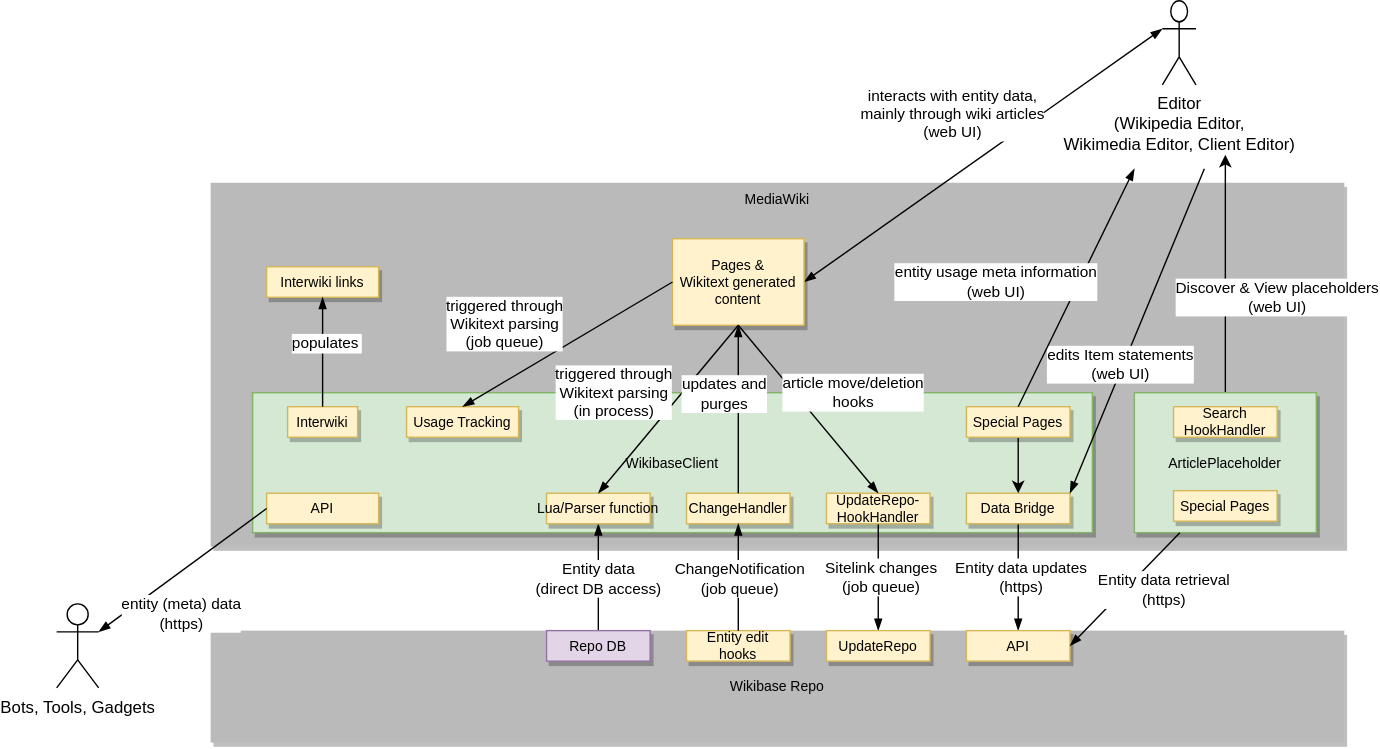
The draw.io diagram systems/Client/diagrams/03-technical-context.drawio.svg in wmde/wikidata-wikibase-architecture, before a commit. Source tidied: cells renumbered, new cells last; positions are measured from the earlier drawing's top-left corner, leaving out a move shared by most shapes.
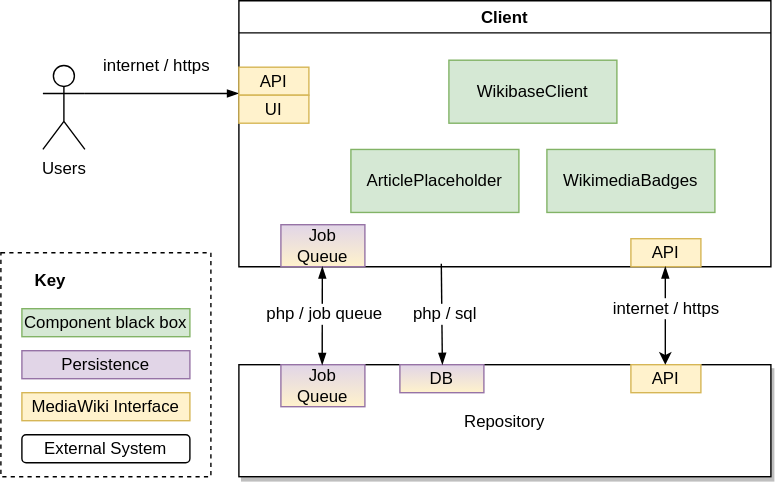
After the change.

Commit message:
Give technical context a good second bash

The edit, as a diff of the source:
```diff
@@ -2,198 +2,106 @@
   <root>
     <mxCell id="0" />
     <mxCell id="1" parent="0" />
-    <mxCell id="2" value="MediaWiki" style="rounded=0;shadow=1;fontSize=10;fontColor=#000000;strokeColor=none;direction=west;fillColor=#BABABA;verticalAlign=top;" parent="1" vertex="1">
-      <mxGeometry x="110" y="130" width="810" height="260" as="geometry" />
-    </mxCell>
-    <mxCell id="3" value="Wikibase Repo" style="rounded=0;shadow=1;fontSize=10;fontColor=#000000;strokeColor=none;direction=west;fillColor=#BABABA;" parent="1" vertex="1">
-      <mxGeometry x="110" y="450" width="810" height="80" as="geometry" />
-    </mxCell>
+    <mxCell id="55" value="Users" style="shape=umlActor;verticalLabelPosition=bottom;verticalAlign=top;html=1;outlineConnect=0;" parent="1" vertex="1">
+      <mxGeometry x="-540" y="226.2" width="30" height="60" as="geometry" />
+    </mxCell>
-    <mxCell id="4" style="endArrow=blockThin;strokeColor=#000000;fontSize=10;fontColor=#000000;strokeWidth=1;endFill=1;entryX=0;entryY=0.5;entryDx=0;entryDy=0;exitX=0;exitY=0.3333333333333333;exitDx=0;exitDy=0;exitPerimeter=0;startArrow=blockThin;startFill=1;" parent="1" edge="1" source="30" target="23">
-      <mxGeometry relative="1" as="geometry" />
+    <mxCell id="4" style="endArrow=blockThin;strokeColor=#000000;fontSize=10;fontColor=#000000;strokeWidth=1;endFill=1;entryX=1;entryY=0.5;entryDx=0;entryDy=0;exitX=1;exitY=0.3333333333333333;exitDx=0;exitDy=0;exitPerimeter=0;" parent="1" edge="1" source="55">
+      <mxGeometry relative="1" as="geometry">
+        <mxPoint x="-400" y="246.2" as="targetPoint" />
+      </mxGeometry>
     </mxCell>
-    <mxCell id="5" value="interacts with&amp;nbsp;entity data,&lt;br&gt;mainly through wiki articles&lt;br&gt;(web UI)" style="edgeLabel;html=1;align=center;verticalAlign=middle;" parent="4" vertex="1">
+    <mxCell id="5" value="internet / https" style="edgeLabel;html=1;align=center;verticalAlign=middle;fontSize=12;" parent="4" vertex="1">
       <mxGeometry x="0.24" y="-1" relative="1" as="geometry">
-        <mxPoint x="9" y="-51" as="offset" />
+        <mxPoint x="-17.5" y="-21" as="offset" />
       </mxGeometry>
     </mxCell>
-    <mxCell id="6" value="WikibaseClient" style="rounded=0;shadow=1;fontSize=10;strokeColor=#82b366;direction=west;fillColor=#d5e8d4;" parent="1" vertex="1">
-      <mxGeometry x="140" y="280" width="600" height="100" as="geometry" />
-    </mxCell>
-    <mxCell id="7" style="rounded=0;jettySize=auto;html=1;endArrow=blockThin;endFill=1;exitX=0.5;exitY=0;exitDx=0;exitDy=0;" parent="1" edge="1" source="17" target="18">
-      <mxGeometry relative="1" as="geometry" />
-    </mxCell>
-    <mxCell id="8" value="Sitelink changes&lt;br&gt;(job queue)" style="edgeLabel;html=1;align=center;verticalAlign=middle;" parent="7" vertex="1">
-      <mxGeometry x="0.2" relative="1" as="geometry">
-        <mxPoint x="1.2" y="-8" as="offset" />
-      </mxGeometry>
-    </mxCell>
-    <mxCell id="9" style="rounded=0;jettySize=auto;html=1;entryX=0.5;entryY=0.542;entryDx=0;entryDy=0;endArrow=none;endFill=0;startArrow=blockThin;startFill=1;strokeWidth=1;entryPerimeter=0;exitX=0.5;exitY=0;exitDx=0;exitDy=0;" parent="1" edge="1" source="15" target="16">
-      <mxGeometry relative="1" as="geometry" />
-    </mxCell>
-    <mxCell id="10" value="Entity data&lt;br&gt;(direct DB access)" style="edgeLabel;html=1;align=center;verticalAlign=middle;" parent="9" vertex="1">
-      <mxGeometry x="0.14" y="-1" relative="1" as="geometry">
-        <mxPoint x="1" y="-9.8" as="offset" />
-      </mxGeometry>
-    </mxCell>
-    <mxCell id="11" style="rounded=0;jettySize=auto;html=1;endArrow=blockThin;endFill=1;entryX=0.5;entryY=1;entryDx=0;entryDy=0;exitX=0.5;exitY=0;exitDx=0;exitDy=0;" parent="1" edge="1" source="13" target="14">
-      <mxGeometry relative="1" as="geometry" />
-    </mxCell>
-    <mxCell id="12" value="Entity data updates&lt;br&gt;(https)" style="edgeLabel;html=1;align=center;verticalAlign=middle;" parent="11" vertex="1">
-      <mxGeometry x="0.2" relative="1" as="geometry">
-        <mxPoint x="1.2" y="-8" as="offset" />
-      </mxGeometry>
-    </mxCell>
-    <mxCell id="13" value="Data Bridge" style="rounded=0;shadow=1;fontSize=10;strokeColor=#d6b656;direction=west;fillColor=#fff2cc;" parent="1" vertex="1">
-      <mxGeometry x="650" y="351.8" width="74" height="21.8" as="geometry" />
-    </mxCell>
-    <mxCell id="14" value="API" style="rounded=0;shadow=1;fontSize=10;strokeColor=#d6b656;direction=west;fillColor=#fff2cc;" parent="1" vertex="1">
-      <mxGeometry x="650" y="450" width="74" height="21.8" as="geometry" />
-    </mxCell>
-    <mxCell id="15" value="Lua/Parser function" style="rounded=0;shadow=1;fontSize=10;strokeColor=#d6b656;direction=west;fillColor=#fff2cc;" parent="1" vertex="1">
-      <mxGeometry x="350" y="351.8" width="74" height="21.8" as="geometry" />
-    </mxCell>
-    <mxCell id="16" value="Repo DB" style="rounded=0;shadow=1;fontSize=10;strokeColor=#9673a6;direction=west;fillColor=#e1d5e7;" parent="1" vertex="1">
-      <mxGeometry x="350" y="450" width="74" height="21.8" as="geometry" />
-    </mxCell>
-    <mxCell id="17" value="UpdateRepo-&#10;HookHandler" style="rounded=0;shadow=1;fontSize=10;strokeColor=#d6b656;direction=west;fillColor=#fff2cc;" parent="1" vertex="1">
-      <mxGeometry x="550" y="351.8" width="74" height="21.8" as="geometry" />
-    </mxCell>
-    <mxCell id="18" value="UpdateRepo" style="rounded=0;shadow=1;fontSize=10;strokeColor=#d6b656;direction=west;fillColor=#fff2cc;" parent="1" vertex="1">
-      <mxGeometry x="550" y="450" width="74" height="21.8" as="geometry" />
-    </mxCell>
-    <mxCell id="19" value="ChangeHandler" style="rounded=0;shadow=1;fontSize=10;strokeColor=#d6b656;direction=west;fillColor=#fff2cc;" parent="1" vertex="1">
-      <mxGeometry x="450" y="351.8" width="74" height="21.8" as="geometry" />
-    </mxCell>
-    <mxCell id="20" value="Entity edit&#10;hooks" style="rounded=0;shadow=1;fontSize=10;strokeColor=#d6b656;direction=west;fillColor=#fff2cc;" parent="1" vertex="1">
-      <mxGeometry x="450" y="450" width="74" height="21.8" as="geometry" />
+    <mxCell id="20" value="Client" style="swimlane;" parent="1" vertex="1">
+      <mxGeometry x="-400" y="180" width="380" height="190" as="geometry" />
     </mxCell>
-    <mxCell id="21" style="rounded=0;jettySize=auto;html=1;endArrow=blockThin;endFill=1;entryX=0.5;entryY=0;entryDx=0;entryDy=0;exitX=0.5;exitY=1;exitDx=0;exitDy=0;" parent="1" edge="1" source="20" target="19">
-      <mxGeometry relative="1" as="geometry" />
-    </mxCell>
-    <mxCell id="22" value="ChangeNotification&lt;br&gt;(job queue)" style="edgeLabel;html=1;align=center;verticalAlign=middle;" parent="21" vertex="1">
-      <mxGeometry x="0.2" relative="1" as="geometry">
-        <mxPoint x="0.1" y="8" as="offset" />
-      </mxGeometry>
-    </mxCell>
-    <mxCell id="23" value="Pages &amp; &#10;Wikitext generated&#10;content" style="rounded=0;shadow=1;fontSize=10;strokeColor=#d6b656;direction=west;fillColor=#fff2cc;" parent="1" vertex="1">
-      <mxGeometry x="440" y="170" width="94" height="61.8" as="geometry" />
-    </mxCell>
-    <mxCell id="24" style="rounded=0;jettySize=auto;html=1;endArrow=blockThin;endFill=1;exitX=0.5;exitY=0;exitDx=0;exitDy=0;entryX=0.5;entryY=1;entryDx=0;entryDy=0;" parent="1" edge="1" source="23" target="15">
-      <mxGeometry relative="1" as="geometry" />
-    </mxCell>
-    <mxCell id="25" value="triggered through&lt;br&gt;Wikitext parsing&lt;br&gt;(in process)" style="edgeLabel;html=1;align=center;verticalAlign=middle;" parent="24" vertex="1">
-      <mxGeometry x="0.2" relative="1" as="geometry">
-        <mxPoint x="-30" y="-23.8" as="offset" />
-      </mxGeometry>
-    </mxCell>
-    <mxCell id="26" style="rounded=0;jettySize=auto;html=1;endArrow=blockThin;endFill=1;entryX=0.5;entryY=0;entryDx=0;entryDy=0;exitX=0.5;exitY=1;exitDx=0;exitDy=0;" parent="1" edge="1" source="19" target="23">
-      <mxGeometry relative="1" as="geometry" />
-    </mxCell>
-    <mxCell id="27" value="updates and&lt;br&gt;purges" style="edgeLabel;html=1;align=center;verticalAlign=middle;" parent="26" vertex="1">
-      <mxGeometry x="0.2" relative="1" as="geometry">
-        <mxPoint x="-10" y="0.2" as="offset" />
-      </mxGeometry>
-    </mxCell>
-    <mxCell id="28" style="rounded=0;jettySize=auto;html=1;endArrow=blockThin;endFill=1;exitX=0.5;exitY=0;exitDx=0;exitDy=0;entryX=0.5;entryY=1;entryDx=0;entryDy=0;" parent="1" edge="1" source="23" target="17">
-      <mxGeometry relative="1" as="geometry" />
-    </mxCell>
-    <mxCell id="29" value="article move/deletion&lt;br&gt;hooks" style="edgeLabel;html=1;align=center;verticalAlign=middle;" parent="28" vertex="1">
-      <mxGeometry x="0.2" relative="1" as="geometry">
-        <mxPoint x="21.9" y="-24.1" as="offset" />
-      </mxGeometry>
-    </mxCell>
-    <mxCell id="30" value="Editor&lt;br&gt;(Wikipedia Editor,&lt;br&gt;Wikimedia Editor, Client Editor)" style="shape=umlActor;verticalLabelPosition=bottom;verticalAlign=top;html=1;outlineConnect=0;" parent="1" vertex="1">
-      <mxGeometry x="790" width="24" height="60" as="geometry" />
-    </mxCell>
-    <mxCell id="31" style="endArrow=blockThin;strokeColor=#000000;fontSize=10;fontColor=#000000;strokeWidth=1;endFill=1;entryX=0;entryY=1;entryDx=0;entryDy=0;" parent="1" edge="1" target="13">
-      <mxGeometry relative="1" as="geometry">
-        <mxPoint x="820" y="120" as="sourcePoint" />
-      </mxGeometry>
-    </mxCell>
-    <mxCell id="32" value="edits Item statements&lt;br&gt;(web UI)" style="edgeLabel;html=1;align=center;verticalAlign=middle;" parent="31" vertex="1">
-      <mxGeometry x="0.24" y="-1" relative="1" as="geometry">
-        <mxPoint y="-3" as="offset" />
-      </mxGeometry>
+    <mxCell id="32" value="API" style="rounded=0;whiteSpace=wrap;html=1;fillColor=#fff2cc;strokeColor=#d6b656;" parent="20" vertex="1">
+      <mxGeometry y="47.5" width="50" height="20" as="geometry" />
     </mxCell>
-    <mxCell id="33" style="edgeStyle=orthogonalEdgeStyle;rounded=0;jettySize=auto;html=1;" parent="1" edge="1" source="34" target="13">
-      <mxGeometry relative="1" as="geometry" />
-    </mxCell>
+    <mxCell id="56" value="UI" style="rounded=0;whiteSpace=wrap;html=1;fillColor=#fff2cc;strokeColor=#d6b656;" parent="20" vertex="1">
+      <mxGeometry y="67.5" width="50" height="20" as="geometry" />
+    </mxCell>
+    <mxCell id="57" value="Job Queue" style="rounded=0;whiteSpace=wrap;html=1;strokeColor=#9673a6;fillColor=#e1d5e7;gradientColor=#FFF2CC;" parent="20" vertex="1">
+      <mxGeometry x="30" y="160" width="60" height="30" as="geometry" />
+    </mxCell>
+    <mxCell id="49" value="API" style="rounded=0;whiteSpace=wrap;html=1;fillColor=#fff2cc;strokeColor=#d6b656;" parent="20" vertex="1">
+      <mxGeometry x="280" y="170" width="50" height="20" as="geometry" />
+    </mxCell>
+    <mxCell id="54" value="WikibaseClient" style="rounded=0;whiteSpace=wrap;html=1;fillColor=#d5e8d4;strokeColor=#82b366;" parent="20" vertex="1">
+      <mxGeometry x="150" y="42.5" width="120" height="45" as="geometry" />
+    </mxCell>
+    <mxCell id="58" value="ArticlePlaceholder" style="rounded=0;whiteSpace=wrap;html=1;fillColor=#d5e8d4;strokeColor=#82b366;" parent="20" vertex="1">
+      <mxGeometry x="80" y="106.2" width="120" height="45" as="geometry" />
+    </mxCell>
+    <mxCell id="59" value="WikimediaBadges" style="rounded=0;whiteSpace=wrap;html=1;fillColor=#d5e8d4;strokeColor=#82b366;" parent="20" vertex="1">
+      <mxGeometry x="220" y="106.2" width="120" height="45" as="geometry" />
+    </mxCell>
-    <mxCell id="34" value="Special Pages" style="rounded=0;shadow=1;fontSize=10;strokeColor=#d6b656;direction=west;fillColor=#fff2cc;" parent="1" vertex="1">
-      <mxGeometry x="650" y="290" width="74" height="21.8" as="geometry" />
+    <mxCell id="34" style="rounded=0;whiteSpace=wrap;html=1;fillColor=none;dashed=1;" parent="1" vertex="1">
+      <mxGeometry x="-570" y="360" width="150" height="160" as="geometry" />
     </mxCell>
-    <mxCell id="35" style="endArrow=blockThin;strokeColor=#000000;fontSize=10;fontColor=#000000;strokeWidth=1;endFill=1;exitX=0.5;exitY=1;exitDx=0;exitDy=0;" parent="1" edge="1" source="34">
-      <mxGeometry relative="1" as="geometry">
-        <mxPoint x="770" y="120" as="targetPoint" />
-      </mxGeometry>
+    <mxCell id="35" value="&lt;b&gt;Key&lt;/b&gt;" style="text;html=1;align=center;verticalAlign=middle;strokeColor=none;" parent="1" vertex="1">
+      <mxGeometry x="-555" y="370" width="40" height="20" as="geometry" />
     </mxCell>
-    <mxCell id="36" value="entity usage meta information&lt;br&gt;(web UI)" style="edgeLabel;html=1;align=center;verticalAlign=middle;" parent="35" vertex="1">
-      <mxGeometry x="0.24" y="-1" relative="1" as="geometry">
-        <mxPoint x="-69" y="16" as="offset" />
-      </mxGeometry>
+    <mxCell id="36" value="Component black box" style="rounded=0;whiteSpace=wrap;html=1;align=center;fillColor=#d5e8d4;strokeColor=#82b366;" parent="1" vertex="1">
+      <mxGeometry x="-555" y="400" width="120" height="20" as="geometry" />
     </mxCell>
-    <mxCell id="37" value="API" style="rounded=0;shadow=1;fontSize=10;strokeColor=#d6b656;direction=west;fillColor=#fff2cc;" parent="1" vertex="1">
-      <mxGeometry x="150" y="351.8" width="80" height="21.8" as="geometry" />
+    <mxCell id="37" value="External System" style="rounded=1;whiteSpace=wrap;html=1;align=center;" parent="1" vertex="1">
+      <mxGeometry x="-555" y="490" width="120" height="20" as="geometry" />
     </mxCell>
-    <mxCell id="38" value="Bots, Tools, Gadgets" style="shape=umlActor;verticalLabelPosition=bottom;verticalAlign=top;html=1;outlineConnect=0;" parent="1" vertex="1">
-      <mxGeometry y="430.9" width="30" height="60" as="geometry" />
-    </mxCell>
-    <mxCell id="39" style="endArrow=blockThin;strokeColor=#000000;fontSize=10;fontColor=#000000;strokeWidth=1;endFill=1;entryX=1;entryY=0.3333333333333333;entryDx=0;entryDy=0;exitX=1;exitY=0.5;exitDx=0;exitDy=0;entryPerimeter=0;" parent="1" edge="1" source="37" target="38">
-      <mxGeometry relative="1" as="geometry" />
-    </mxCell>
+    <mxCell id="60" value="MediaWiki Interface" style="rounded=0;whiteSpace=wrap;html=1;align=center;fillColor=#fff2cc;strokeColor=#d6b656;" parent="1" vertex="1">
+      <mxGeometry x="-555" y="460" width="120" height="20" as="geometry" />
+    </mxCell>
-    <mxCell id="40" value="entity (meta) data&lt;br&gt;(https)" style="edgeLabel;html=1;align=center;verticalAlign=middle;" parent="39" vertex="1">
-      <mxGeometry x="0.24" y="-1" relative="1" as="geometry">
-        <mxPoint x="14" y="20.6" as="offset" />
-      </mxGeometry>
+    <mxCell id="40" value="Persistence" style="rounded=0;whiteSpace=wrap;html=1;align=center;fillColor=#e1d5e7;strokeColor=#9673a6;" parent="1" vertex="1">
+      <mxGeometry x="-555" y="430" width="120" height="20" as="geometry" />
     </mxCell>
+    <mxCell id="33" value="Repository" style="rounded=0;shadow=1;fontSize=12;direction=west;" parent="1" vertex="1">
+      <mxGeometry x="-400" y="440" width="380" height="80" as="geometry" />
+    </mxCell>
+    <mxCell id="61" value="Job Queue" style="rounded=0;whiteSpace=wrap;html=1;strokeColor=#9673a6;fillColor=#e1d5e7;gradientColor=#FFF2CC;" parent="1" vertex="1">
+      <mxGeometry x="-370" y="440" width="60" height="30" as="geometry" />
+    </mxCell>
-    <mxCell id="41" value="Usage Tracking" style="rounded=0;shadow=1;fontSize=10;strokeColor=#d6b656;direction=west;fillColor=#fff2cc;" parent="1" vertex="1">
-      <mxGeometry x="250" y="290" width="80" height="21.8" as="geometry" />
+    <mxCell id="41" style="rounded=0;orthogonalLoop=1;jettySize=auto;html=1;endArrow=blockThin;endFill=1;exitX=0.491;exitY=1.044;exitDx=0;exitDy=0;exitPerimeter=0;entryX=0.874;entryY=0.983;entryDx=0;entryDy=0;entryPerimeter=0;startArrow=blockThin;startFill=1;" parent="1" edge="1">
+      <mxGeometry relative="1" as="geometry">
+        <mxPoint x="-340.4" y="370" as="sourcePoint" />
+        <mxPoint x="-340.5" y="440" as="targetPoint" />
+      </mxGeometry>
     </mxCell>
-    <mxCell id="42" style="rounded=0;jettySize=auto;html=1;endArrow=blockThin;endFill=1;exitX=1;exitY=0.5;exitDx=0;exitDy=0;entryX=0.5;entryY=1;entryDx=0;entryDy=0;" parent="1" edge="1" source="23" target="41">
-      <mxGeometry relative="1" as="geometry" />
+    <mxCell id="42" value="php / job queue" style="edgeLabel;html=1;align=center;verticalAlign=middle;fontSize=12;" parent="41" vertex="1">
+      <mxGeometry x="0.2" relative="1" as="geometry">
+        <mxPoint x="1.2" y="-8" as="offset" />
+      </mxGeometry>
     </mxCell>
-    <mxCell id="43" value="triggered through&lt;br&gt;Wikitext parsing&lt;br&gt;(job queue)" style="edgeLabel;html=1;align=center;verticalAlign=middle;" parent="42" vertex="1">
-      <mxGeometry x="0.2" relative="1" as="geometry">
-        <mxPoint x="-30" y="-23.8" as="offset" />
-      </mxGeometry>
+    <mxCell id="43" value="DB" style="rounded=0;whiteSpace=wrap;html=1;strokeColor=#9673a6;fillColor=#e1d5e7;gradientColor=#FFF2CC;" parent="1" vertex="1">
+      <mxGeometry x="-285" y="440" width="60" height="20" as="geometry" />
     </mxCell>
-    <mxCell id="44" value="Interwiki" style="rounded=0;shadow=1;fontSize=10;strokeColor=#d6b656;direction=west;fillColor=#fff2cc;" parent="1" vertex="1">
-      <mxGeometry x="165" y="290" width="50" height="21.8" as="geometry" />
-    </mxCell>
-    <mxCell id="45" value="Interwiki links" style="rounded=0;shadow=1;fontSize=10;strokeColor=#d6b656;direction=west;fillColor=#fff2cc;" parent="1" vertex="1">
-      <mxGeometry x="150" y="190" width="80" height="21.8" as="geometry" />
-    </mxCell>
-    <mxCell id="46" style="rounded=0;jettySize=auto;endArrow=blockThin;endFill=1;entryX=0.5;entryY=0;entryDx=0;entryDy=0;exitX=0.5;exitY=1;exitDx=0;exitDy=0;" parent="1" edge="1" source="44" target="45">
-      <mxGeometry relative="1" as="geometry" />
+    <mxCell id="46" style="rounded=0;orthogonalLoop=1;jettySize=auto;html=1;endArrow=blockThin;endFill=1;exitX=0.491;exitY=1.044;exitDx=0;exitDy=0;exitPerimeter=0;entryX=0.569;entryY=0.973;entryDx=0;entryDy=0;entryPerimeter=0;" parent="1" edge="1">
+      <mxGeometry relative="1" as="geometry">
+        <mxPoint x="-255.4" y="367.8" as="sourcePoint" />
+        <mxPoint x="-254.7" y="440" as="targetPoint" />
+      </mxGeometry>
     </mxCell>
-    <mxCell id="47" value="populates" style="edgeLabel;align=center;verticalAlign=middle;" parent="46" vertex="1">
+    <mxCell id="47" value="php / sql" style="edgeLabel;html=1;align=center;verticalAlign=middle;fontSize=12;" parent="46" vertex="1">
       <mxGeometry x="0.2" relative="1" as="geometry">
-        <mxPoint x="1.9" y="0.4" as="offset" />
+        <mxPoint x="1.2" y="-8" as="offset" />
       </mxGeometry>
     </mxCell>
+    <mxCell id="50" value="API" style="rounded=0;whiteSpace=wrap;html=1;fillColor=#fff2cc;strokeColor=#d6b656;" parent="1" vertex="1">
+      <mxGeometry x="-120" y="440" width="50" height="20" as="geometry" />
+    </mxCell>
+    <mxCell id="53" style="edgeStyle=orthogonalEdgeStyle;rounded=0;orthogonalLoop=1;jettySize=auto;html=1;startArrow=blockThin;startFill=1;" parent="1" edge="1">
+      <mxGeometry relative="1" as="geometry">
+        <mxPoint x="-95.4" y="370" as="sourcePoint" />
+        <mxPoint x="-95.4" y="440" as="targetPoint" />
+        <Array as="points">
+          <mxPoint x="-95.4" y="440" />
+        </Array>
+      </mxGeometry>
+    </mxCell>
-    <mxCell id="48" style="edgeStyle=orthogonalEdgeStyle;rounded=0;jettySize=auto;html=1;" parent="1" edge="1" source="49">
-      <mxGeometry relative="1" as="geometry">
-        <mxPoint x="835" y="110" as="targetPoint" />
-      </mxGeometry>
+    <mxCell id="48" value="internet / https" style="edgeLabel;html=1;align=center;verticalAlign=middle;fontSize=12;" parent="53" vertex="1">
+      <mxGeometry x="-0.14" relative="1" as="geometry" />
     </mxCell>
-    <mxCell id="49" value="ArticlePlaceholder" style="rounded=0;shadow=1;fontSize=10;strokeColor=#82b366;direction=west;fillColor=#d5e8d4;" parent="1" vertex="1">
-      <mxGeometry x="770" y="280" width="130" height="100" as="geometry" />
-    </mxCell>
-    <mxCell id="50" value="Search&#10;HookHandler" style="rounded=0;shadow=1;fontSize=10;strokeColor=#d6b656;direction=west;fillColor=#fff2cc;" parent="1" vertex="1">
-      <mxGeometry x="798" y="290" width="74" height="21.8" as="geometry" />
-    </mxCell>
-    <mxCell id="51" style="rounded=0;jettySize=auto;html=1;endArrow=blockThin;endFill=1;exitX=0.75;exitY=0;exitDx=0;exitDy=0;entryX=0;entryY=0.5;entryDx=0;entryDy=0;" parent="1" edge="1" source="49" target="14">
-      <mxGeometry relative="1" as="geometry" />
-    </mxCell>
-    <mxCell id="52" value="Entity data retrieval&lt;br&gt;(https)" style="edgeLabel;html=1;align=center;verticalAlign=middle;" parent="51" vertex="1">
-      <mxGeometry x="0.2" relative="1" as="geometry">
-        <mxPoint x="35" y="-8" as="offset" />
-      </mxGeometry>
-    </mxCell>
-    <mxCell id="53" value="Special Pages" style="rounded=0;shadow=1;fontSize=10;strokeColor=#d6b656;direction=west;fillColor=#fff2cc;" parent="1" vertex="1">
-      <mxGeometry x="798" y="350" width="74" height="21.8" as="geometry" />
-    </mxCell>
-    <mxCell id="54" value="Discover &amp;amp; View placeholders&lt;br&gt;(web UI)" style="edgeLabel;html=1;align=center;verticalAlign=middle;" parent="1" vertex="1">
-      <mxGeometry x="872" y="211.8" as="geometry" />
-    </mxCell>
   </root>
 </mxGraphModel>
```
